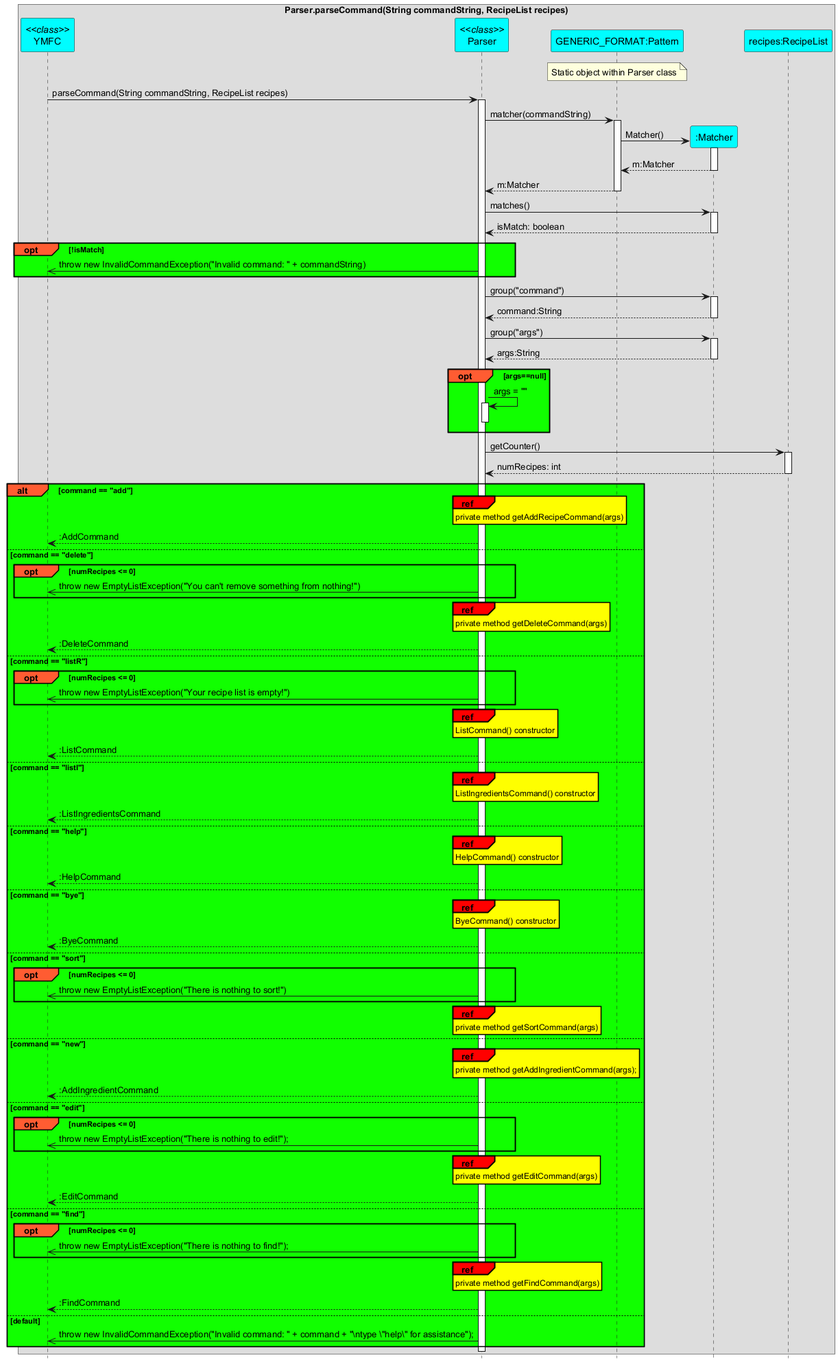
nus-cs2113-AY2425S1/tp keeps this PlantUML diagram as docs/img/SequenceDiagrams/Parser.parseCommand.png. Above is the earlier version. Its source is kept beside it as docs/puml/SequenceDiagrams/Parser.parseCommand.puml.
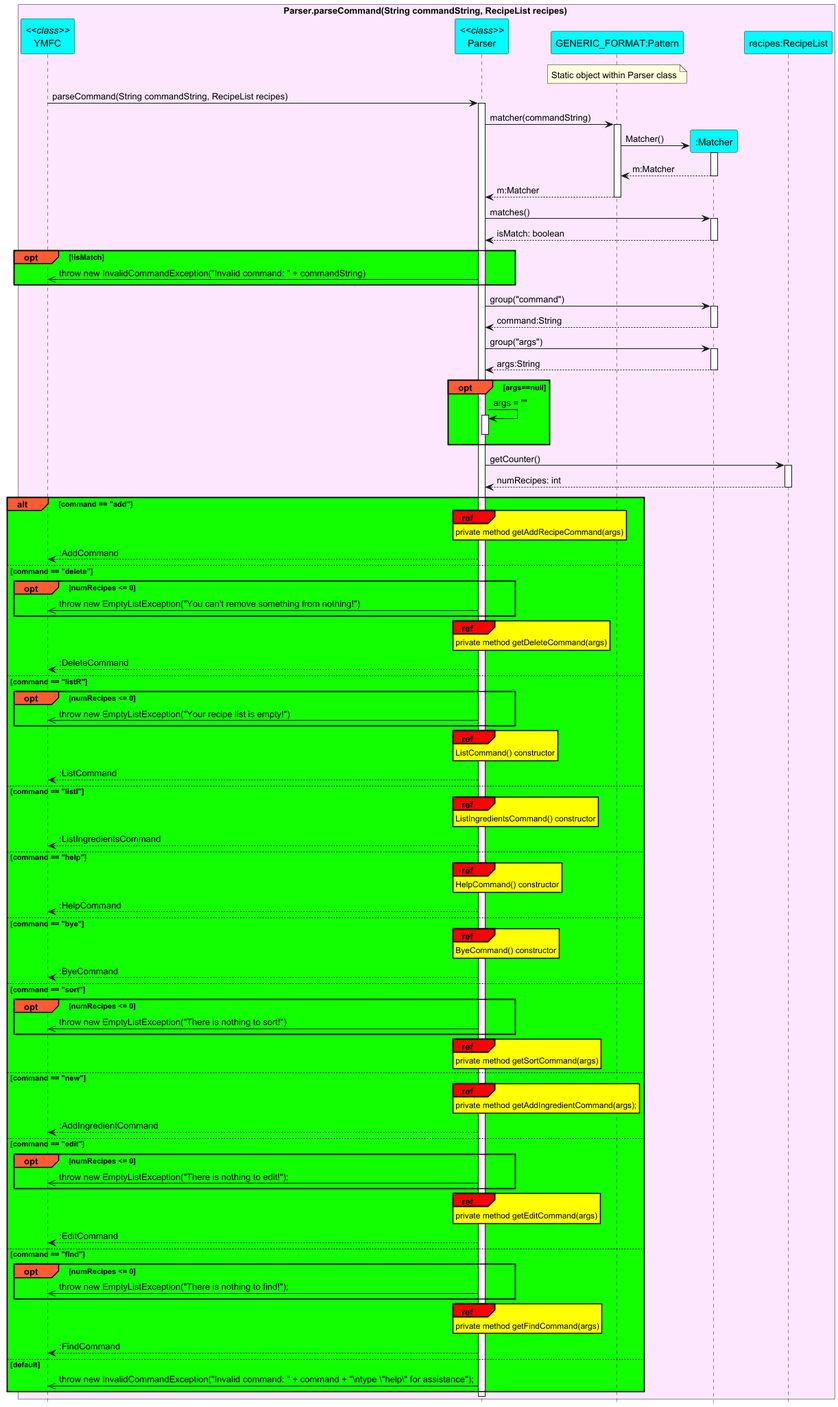
Above is the later version.

The edit, as a diff of the source:
```diff
@@ -10,7 +10,7 @@
     SequenceGroupBackgroundColor COLOR_LIGHTRED
 }
 
-box Parser.parseCommand(String commandString, RecipeList recipes)
+box Parser.parseCommand(String commandString, RecipeList recipes) COLOR_PALE_PINK
 participant "YMFC" as YMFC <<class>>
 participant "Parser" as Parser <<class>>
 participant "GENERIC_FORMAT:Pattern" as Pattern
```
